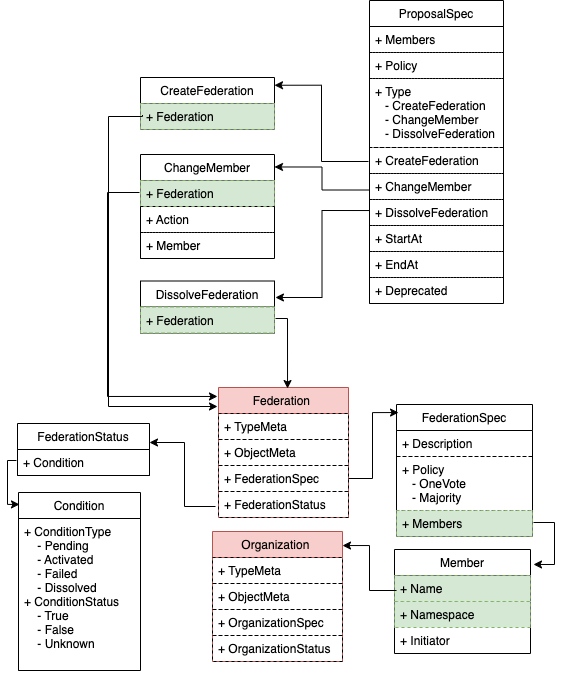
This is dev_design/images/federation-crd.png from bestchains/product-design, a draw.io export, as it was before one commit. Source tidied: cells renumbered, new cells last; positions are measured from the earlier drawing's top-left corner, leaving out a move shared by most shapes.
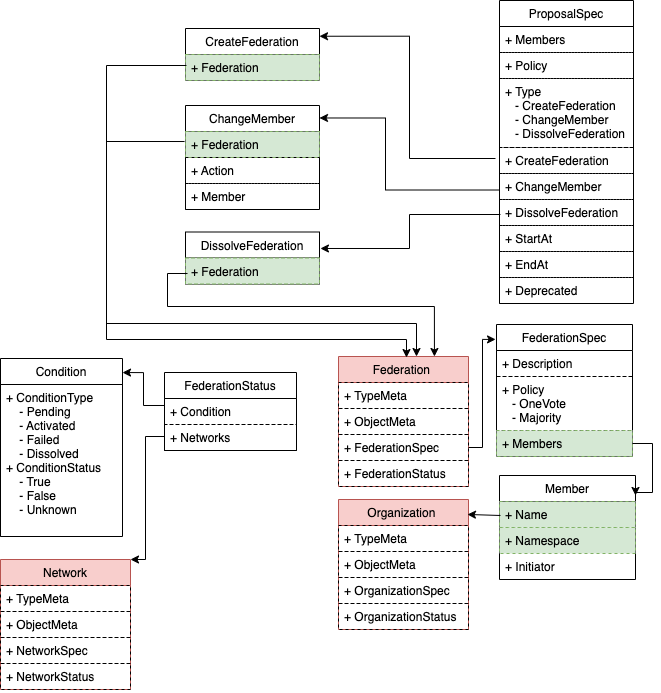
The same diagram one commit later.

Commit message:
feat: add CRD Network design doc

What changed in the source:
```diff
@@ -3,7 +3,7 @@
     <mxCell id="0" />
     <mxCell id="1" parent="0" />
     <mxCell id="2" value="FederationSpec" style="swimlane;fontStyle=0;horizontal=1;startSize=26;fillColor=none;rounded=0;shadow=0;comic=0;swimlaneLine=1;glass=0;swimlaneFillColor=none;" parent="1" vertex="1">
-      <mxGeometry x="379" y="404" width="136" height="132" as="geometry" />
+      <mxGeometry x="236" y="460" width="136" height="132" as="geometry" />
     </mxCell>
     <mxCell id="3" value="+ Description" style="text;strokeColor=#000000;fillColor=none;align=left;verticalAlign=top;spacingLeft=4;spacingRight=4;overflow=hidden;rounded=0;dashed=1;glass=0;" parent="2" vertex="1">
       <mxGeometry y="26" width="136" height="26" as="geometry" />
@@ -15,7 +15,7 @@
       <mxGeometry y="106" width="136" height="26" as="geometry" />
     </mxCell>
     <mxCell id="6" value="ProposalSpec" style="swimlane;fontStyle=0;horizontal=1;startSize=26;fillColor=none;rounded=0;shadow=0;comic=0;swimlaneLine=1;glass=0;swimlaneFillColor=none;" parent="1" vertex="1">
-      <mxGeometry x="352" width="134" height="303" as="geometry" />
+      <mxGeometry x="239" y="136" width="134" height="303" as="geometry" />
     </mxCell>
     <mxCell id="7" value="+ Members" style="text;strokeColor=#000000;fillColor=none;align=left;verticalAlign=top;spacingLeft=4;spacingRight=4;overflow=hidden;rounded=0;dashed=1;glass=0;" parent="6" vertex="1">
       <mxGeometry y="26" width="134" height="26" as="geometry" />
@@ -45,7 +45,7 @@
       <mxGeometry y="277" width="134" height="26" as="geometry" />
     </mxCell>
     <mxCell id="16" value="Federation " style="swimlane;fontStyle=0;horizontal=1;startSize=26;fillColor=#f8cecc;rounded=0;shadow=0;comic=0;swimlaneLine=1;glass=0;swimlaneFillColor=none;strokeColor=#b85450;" parent="1" vertex="1">
-      <mxGeometry x="201" y="387" width="130" height="130" as="geometry" />
+      <mxGeometry x="78" y="492" width="130" height="130" as="geometry" />
     </mxCell>
     <mxCell id="17" value="+ TypeMeta" style="text;strokeColor=#000000;fillColor=none;align=left;verticalAlign=top;spacingLeft=4;spacingRight=4;overflow=hidden;dashed=1;rounded=0;glass=0;" parent="16" vertex="1">
       <mxGeometry y="26" width="130" height="26" as="geometry" />
@@ -60,13 +60,16 @@
       <mxGeometry y="104" width="130" height="26" as="geometry" />
     </mxCell>
     <mxCell id="21" value="FederationStatus" style="swimlane;fontStyle=0;horizontal=1;startSize=26;fillColor=none;rounded=0;shadow=0;comic=0;swimlaneLine=1;glass=0;swimlaneFillColor=none;" parent="1" vertex="1">
-      <mxGeometry y="423" width="132" height="52" as="geometry" />
+      <mxGeometry x="-96" y="508" width="132" height="78" as="geometry" />
     </mxCell>
     <mxCell id="22" value="+ Condition" style="text;strokeColor=#000000;fillColor=none;align=left;verticalAlign=top;spacingLeft=4;spacingRight=4;overflow=hidden;points=[[0,0.5],[1,0.5]];portConstraint=eastwest;dashed=1;rounded=0;glass=0;" parent="21" vertex="1">
       <mxGeometry y="26" width="132" height="26" as="geometry" />
     </mxCell>
+    <mxCell id="53" value="+ Networks&#10;" style="text;strokeColor=#000000;fillColor=none;align=left;verticalAlign=top;spacingLeft=4;spacingRight=4;overflow=hidden;points=[[0,0.5],[1,0.5]];portConstraint=eastwest;dashed=1;rounded=0;glass=0;" parent="21" vertex="1">
+      <mxGeometry y="52" width="132" height="26" as="geometry" />
+    </mxCell>
     <mxCell id="23" value="Organization " style="swimlane;fontStyle=0;horizontal=1;startSize=26;fillColor=#f8cecc;rounded=0;shadow=0;comic=0;swimlaneLine=1;glass=0;swimlaneFillColor=none;strokeColor=#b85450;" parent="1" vertex="1">
-      <mxGeometry x="195" y="531" width="130" height="130" as="geometry" />
+      <mxGeometry x="78" y="635" width="130" height="130" as="geometry" />
     </mxCell>
     <mxCell id="24" value="+ TypeMeta" style="text;strokeColor=#000000;fillColor=none;align=left;verticalAlign=top;spacingLeft=4;spacingRight=4;overflow=hidden;dashed=1;rounded=0;glass=0;" parent="23" vertex="1">
       <mxGeometry y="26" width="130" height="26" as="geometry" />
@@ -81,13 +84,13 @@
       <mxGeometry y="104" width="130" height="26" as="geometry" />
     </mxCell>
     <mxCell id="28" value="CreateFederation" style="swimlane;fontStyle=0;horizontal=1;startSize=26;fillColor=none;rounded=0;shadow=0;comic=0;swimlaneLine=1;glass=0;swimlaneFillColor=none;" parent="1" vertex="1">
-      <mxGeometry x="123" y="77" width="134" height="52" as="geometry" />
+      <mxGeometry x="-75" y="164" width="134" height="52" as="geometry" />
     </mxCell>
     <mxCell id="29" value="+ Federation" style="text;strokeColor=#82b366;fillColor=#d5e8d4;align=left;verticalAlign=top;spacingLeft=4;spacingRight=4;overflow=hidden;points=[[0,0.5],[1,0.5]];portConstraint=eastwest;rounded=0;dashed=1;glass=0;" parent="28" vertex="1">
       <mxGeometry y="26" width="134" height="26" as="geometry" />
     </mxCell>
     <mxCell id="30" value="ChangeMember" style="swimlane;fontStyle=0;horizontal=1;startSize=26;fillColor=none;rounded=0;shadow=0;comic=0;swimlaneLine=1;glass=0;swimlaneFillColor=none;" parent="1" vertex="1">
-      <mxGeometry x="123" y="154" width="134" height="104" as="geometry" />
+      <mxGeometry x="-75" y="241" width="134" height="104" as="geometry" />
     </mxCell>
     <mxCell id="31" value="+ Federation" style="text;strokeColor=#82b366;fillColor=#d5e8d4;align=left;verticalAlign=top;spacingLeft=4;spacingRight=4;overflow=hidden;points=[[0,0.5],[1,0.5]];portConstraint=eastwest;rounded=0;dashed=1;glass=0;" parent="30" vertex="1">
       <mxGeometry y="26" width="134" height="26" as="geometry" />
@@ -99,60 +102,47 @@
       <mxGeometry y="78" width="134" height="26" as="geometry" />
     </mxCell>
     <mxCell id="34" value="DissolveFederation" style="swimlane;fontStyle=0;horizontal=1;startSize=26;fillColor=none;rounded=0;shadow=0;comic=0;swimlaneLine=1;glass=0;swimlaneFillColor=none;" parent="1" vertex="1">
-      <mxGeometry x="123" y="280.5" width="134" height="52" as="geometry" />
+      <mxGeometry x="-75" y="367.5" width="134" height="52" as="geometry" />
     </mxCell>
     <mxCell id="35" value="+ Federation" style="text;strokeColor=#82b366;fillColor=#d5e8d4;align=left;verticalAlign=top;spacingLeft=4;spacingRight=4;overflow=hidden;points=[[0,0.5],[1,0.5]];portConstraint=eastwest;rounded=0;dashed=1;glass=0;" parent="34" vertex="1">
       <mxGeometry y="26" width="134" height="26" as="geometry" />
     </mxCell>
+    <mxCell id="54" style="edgeStyle=orthogonalEdgeStyle;rounded=0;jettySize=auto;html=1;entryX=1;entryY=0.192;entryDx=0;entryDy=0;entryPerimeter=0;" parent="1" edge="1" source="5" target="45">
+      <mxGeometry relative="1" as="geometry">
+        <Array as="points">
+          <mxPoint x="392" y="579" />
+          <mxPoint x="392" y="628" />
+        </Array>
+      </mxGeometry>
+    </mxCell>
     <mxCell id="36" value="Condition" style="swimlane;fontStyle=0;horizontal=1;startSize=26;fillColor=none;rounded=0;shadow=0;comic=0;swimlaneLine=1;glass=0;swimlaneFillColor=none;" parent="1" vertex="1">
-      <mxGeometry x="1" y="492" width="122" height="178" as="geometry" />
+      <mxGeometry x="-260" y="494" width="122" height="178" as="geometry" />
     </mxCell>
     <mxCell id="37" value="+ ConditionType&#10;    - Pending&#10;    - Activated&#10;    - Failed &#10;    - Dissolved&#10;+ ConditionStatus&#10;    - True&#10;    - False&#10;    - Unknown" style="text;strokeColor=#000000;fillColor=none;align=left;verticalAlign=top;spacingLeft=4;spacingRight=4;overflow=hidden;dashed=1;rounded=0;glass=0;" parent="36" vertex="1">
       <mxGeometry y="26" width="122" height="152" as="geometry" />
     </mxCell>
-    <mxCell id="38" style="endArrow=classic;html=1;rounded=0;exitX=0.015;exitY=0.442;exitDx=0;exitDy=0;exitPerimeter=0;edgeStyle=orthogonalEdgeStyle;" parent="1" edge="1" source="29">
-      <mxGeometry relative="1" as="geometry">
-        <mxPoint x="200" y="406" as="targetPoint" />
-        <Array as="points">
-          <mxPoint x="91" y="116" />
-          <mxPoint x="91" y="406" />
-        </Array>
-      </mxGeometry>
-    </mxCell>
-    <mxCell id="39" style="endArrow=classic;html=1;rounded=0;edgeStyle=orthogonalEdgeStyle;entryX=0.531;entryY=0.008;entryDx=0;entryDy=0;entryPerimeter=0;" parent="1" edge="1" target="16">
-      <mxGeometry relative="1" as="geometry">
-        <mxPoint x="258" y="318" as="sourcePoint" />
-        <Array as="points">
-          <mxPoint x="270" y="318" />
-        </Array>
-      </mxGeometry>
-    </mxCell>
-    <mxCell id="40" style="endArrow=classic;html=1;rounded=0;exitX=-0.023;exitY=0.577;exitDx=0;exitDy=0;exitPerimeter=0;edgeStyle=orthogonalEdgeStyle;" parent="1" edge="1" source="20" target="21">
-      <mxGeometry relative="1" as="geometry">
-        <Array as="points">
-          <mxPoint x="167" y="506" />
-          <mxPoint x="167" y="442" />
-        </Array>
-      </mxGeometry>
-    </mxCell>
-    <mxCell id="41" style="endArrow=classic;html=1;rounded=0;entryX=0.015;entryY=0.061;entryDx=0;entryDy=0;entryPerimeter=0;edgeStyle=orthogonalEdgeStyle;" parent="1" edge="1" source="19" target="2">
+    <mxCell id="41" style="endArrow=classic;html=1;rounded=0;entryX=-0.007;entryY=0.113;entryDx=0;entryDy=0;entryPerimeter=0;edgeStyle=orthogonalEdgeStyle;" parent="1" edge="1" source="19" target="2">
       <mxGeometry relative="1" as="geometry" />
     </mxCell>
-    <mxCell id="42" style="endArrow=classic;html=1;rounded=0;entryX=1;entryY=0.149;entryDx=0;entryDy=0;entryPerimeter=0;edgeStyle=orthogonalEdgeStyle;" parent="1" edge="1" target="28">
-      <mxGeometry relative="1" as="geometry">
-        <mxPoint x="351" y="161" as="sourcePoint" />
-      </mxGeometry>
+    <mxCell id="42" style="endArrow=classic;html=1;rounded=0;entryX=1;entryY=0.149;entryDx=0;entryDy=0;entryPerimeter=0;edgeStyle=orthogonalEdgeStyle;exitX=-0.03;exitY=0.423;exitDx=0;exitDy=0;exitPerimeter=0;" parent="1" edge="1" source="10" target="28">
+      <mxGeometry relative="1" as="geometry" />
     </mxCell>
     <mxCell id="43" style="endArrow=classic;html=1;rounded=0;exitX=0;exitY=0.635;exitDx=0;exitDy=0;exitPerimeter=0;entryX=1;entryY=0.12;entryDx=0;entryDy=0;entryPerimeter=0;edgeStyle=orthogonalEdgeStyle;" parent="1" edge="1" source="11" target="30">
-      <mxGeometry relative="1" as="geometry" />
+      <mxGeometry relative="1" as="geometry">
+        <Array as="points">
+          <mxPoint x="125" y="326" />
+          <mxPoint x="125" y="254" />
+        </Array>
+      </mxGeometry>
     </mxCell>
+    <mxCell id="55" style="endArrow=classic;html=1;rounded=0;exitX=0;exitY=0.269;exitDx=0;exitDy=0;exitPerimeter=0;entryX=1;entryY=0.079;entryDx=0;entryDy=0;entryPerimeter=0;edgeStyle=orthogonalEdgeStyle;" parent="1" edge="1" source="22" target="36">
+      <mxGeometry relative="1" as="geometry" />
+    </mxCell>
-    <mxCell id="44" style="endArrow=classic;html=1;rounded=0;exitX=0;exitY=0.635;exitDx=0;exitDy=0;exitPerimeter=0;entryX=1.007;entryY=0.317;entryDx=0;entryDy=0;entryPerimeter=0;edgeStyle=orthogonalEdgeStyle;" parent="1" edge="1" target="34">
-      <mxGeometry relative="1" as="geometry">
-        <mxPoint x="352" y="210" as="sourcePoint" />
-      </mxGeometry>
+    <mxCell id="44" style="endArrow=classic;html=1;rounded=0;exitX=0.007;exitY=0.577;exitDx=0;exitDy=0;exitPerimeter=0;entryX=1.007;entryY=0.317;entryDx=0;entryDy=0;entryPerimeter=0;edgeStyle=orthogonalEdgeStyle;" parent="1" edge="1" source="12" target="34">
+      <mxGeometry relative="1" as="geometry" />
     </mxCell>
     <mxCell id="45" value="Member" style="swimlane;fontStyle=0;horizontal=1;startSize=26;fillColor=none;rounded=0;shadow=0;comic=0;swimlaneLine=1;glass=0;swimlaneFillColor=none;" parent="1" vertex="1">
-      <mxGeometry x="377" y="549" width="136" height="104" as="geometry" />
+      <mxGeometry x="239" y="611" width="136" height="104" as="geometry" />
     </mxCell>
     <mxCell id="46" value="+ Name" style="text;strokeColor=#82b366;fillColor=#d5e8d4;align=left;verticalAlign=top;spacingLeft=4;spacingRight=4;overflow=hidden;points=[[0,0.5],[1,0.5]];portConstraint=eastwest;rounded=0;dashed=1;glass=0;" parent="45" vertex="1">
       <mxGeometry y="26" width="136" height="26" as="geometry" />
@@ -163,28 +153,59 @@
     <mxCell id="48" value="+ Initiator" style="text;align=left;verticalAlign=top;spacingLeft=4;spacingRight=4;overflow=hidden;rounded=0;dashed=1;glass=0;" parent="45" vertex="1">
       <mxGeometry y="78" width="136" height="26" as="geometry" />
     </mxCell>
+    <mxCell id="56" style="endArrow=classic;html=1;exitX=0.007;exitY=0.538;exitDx=0;exitDy=0;exitPerimeter=0;entryX=0.992;entryY=0.115;entryDx=0;entryDy=0;entryPerimeter=0;" parent="1" edge="1" source="46" target="23">
+      <mxGeometry relative="1" as="geometry" />
+    </mxCell>
-    <mxCell id="49" style="edgeStyle=orthogonalEdgeStyle;rounded=0;jettySize=auto;html=1;entryX=1.022;entryY=0.144;entryDx=0;entryDy=0;entryPerimeter=0;" parent="1" edge="1" target="45">
-      <mxGeometry relative="1" as="geometry">
-        <mxPoint x="516" y="522" as="sourcePoint" />
-        <Array as="points">
-          <mxPoint x="537" y="522" />
-          <mxPoint x="537" y="564" />
-        </Array>
-      </mxGeometry>
+    <mxCell id="49" value="Network" style="swimlane;fontStyle=0;horizontal=1;startSize=26;fillColor=#f8cecc;rounded=0;shadow=0;comic=0;swimlaneLine=1;glass=0;swimlaneFillColor=none;strokeColor=#b85450;" parent="1" vertex="1">
+      <mxGeometry x="-260" y="695" width="130" height="130" as="geometry" />
     </mxCell>
+    <mxCell id="57" value="+ TypeMeta" style="text;strokeColor=#000000;fillColor=none;align=left;verticalAlign=top;spacingLeft=4;spacingRight=4;overflow=hidden;dashed=1;rounded=0;glass=0;" parent="49" vertex="1">
+      <mxGeometry y="26" width="130" height="26" as="geometry" />
+    </mxCell>
-    <mxCell id="50" style="endArrow=classic;html=1;shadow=0;entryX=0.008;entryY=0.067;entryDx=0;entryDy=0;entryPerimeter=0;exitX=-0.008;exitY=0.423;exitDx=0;exitDy=0;exitPerimeter=0;edgeStyle=orthogonalEdgeStyle;rounded=0;" parent="1" edge="1" source="22" target="36">
-      <mxGeometry relative="1" as="geometry" />
+    <mxCell id="50" value="+ ObjectMeta" style="text;strokeColor=#000000;fillColor=none;align=left;verticalAlign=top;spacingLeft=4;spacingRight=4;overflow=hidden;dashed=1;rounded=0;glass=0;" parent="49" vertex="1">
+      <mxGeometry y="52" width="130" height="26" as="geometry" />
     </mxCell>
-    <mxCell id="51" style="endArrow=classic;html=1;shadow=0;edgeStyle=elbowEdgeStyle;entryX=-0.008;entryY=0.069;entryDx=0;entryDy=0;entryPerimeter=0;rounded=0;" parent="1" edge="1" target="16">
-      <mxGeometry relative="1" as="geometry">
-        <mxPoint x="122" y="192" as="sourcePoint" />
-        <Array as="points">
-          <mxPoint x="90" y="303" />
-        </Array>
-      </mxGeometry>
+    <mxCell id="51" value="+ NetworkSpec" style="text;strokeColor=#000000;fillColor=none;align=left;verticalAlign=top;spacingLeft=4;spacingRight=4;overflow=hidden;rounded=0;dashed=1;glass=0;" parent="49" vertex="1">
+      <mxGeometry y="78" width="130" height="26" as="geometry" />
     </mxCell>
-    <mxCell id="52" style="endArrow=classic;html=1;rounded=0;shadow=0;exitX=0.015;exitY=0.577;exitDx=0;exitDy=0;exitPerimeter=0;entryX=1;entryY=0.108;entryDx=0;entryDy=0;entryPerimeter=0;edgeStyle=elbowEdgeStyle;" parent="1" edge="1" source="46" target="23">
-      <mxGeometry relative="1" as="geometry" />
+    <mxCell id="52" value="+ NetworkStatus" style="text;strokeColor=#000000;fillColor=none;align=left;verticalAlign=top;spacingLeft=4;spacingRight=4;overflow=hidden;rounded=0;dashed=1;glass=0;" parent="49" vertex="1">
+      <mxGeometry y="104" width="130" height="26" as="geometry" />
     </mxCell>
+    <mxCell id="58" style="endArrow=classic;html=1;exitX=0;exitY=0.462;exitDx=0;exitDy=0;exitPerimeter=0;edgeStyle=orthogonalEdgeStyle;rounded=0;" parent="1" edge="1" source="53" target="49">
+      <mxGeometry relative="1" as="geometry">
+        <Array as="points">
+          <mxPoint x="-115" y="572" />
+          <mxPoint x="-115" y="695" />
+        </Array>
+      </mxGeometry>
+    </mxCell>
+    <mxCell id="59" style="endArrow=classic;html=1;exitX=0.007;exitY=0.423;exitDx=0;exitDy=0;exitPerimeter=0;entryX=0.523;entryY=0.008;entryDx=0;entryDy=0;entryPerimeter=0;edgeStyle=orthogonalEdgeStyle;rounded=0;" parent="1" edge="1" source="29" target="16">
+      <mxGeometry relative="1" as="geometry">
+        <Array as="points">
+          <mxPoint x="-154" y="201" />
+          <mxPoint x="-154" y="475" />
+          <mxPoint x="146" y="475" />
+        </Array>
+      </mxGeometry>
+    </mxCell>
+    <mxCell id="60" style="endArrow=classic;html=1;exitX=-0.007;exitY=0.385;exitDx=0;exitDy=0;exitPerimeter=0;edgeStyle=orthogonalEdgeStyle;rounded=0;" parent="1" edge="1" source="31">
+      <mxGeometry relative="1" as="geometry">
+        <mxPoint x="156" y="492" as="targetPoint" />
+        <Array as="points">
+          <mxPoint x="-154" y="277" />
+          <mxPoint x="-154" y="459" />
+          <mxPoint x="156" y="459" />
+        </Array>
+      </mxGeometry>
+    </mxCell>
+    <mxCell id="61" style="endArrow=classic;html=1;rounded=0;exitX=0.015;exitY=0.596;exitDx=0;exitDy=0;exitPerimeter=0;entryX=0.738;entryY=0;entryDx=0;entryDy=0;entryPerimeter=0;edgeStyle=orthogonalEdgeStyle;" parent="1" edge="1" source="35" target="16">
+      <mxGeometry relative="1" as="geometry">
+        <Array as="points">
+          <mxPoint x="-93" y="409" />
+          <mxPoint x="-93" y="442" />
+          <mxPoint x="174" y="442" />
+        </Array>
+      </mxGeometry>
+    </mxCell>
   </root>
 </mxGraphModel>
```
